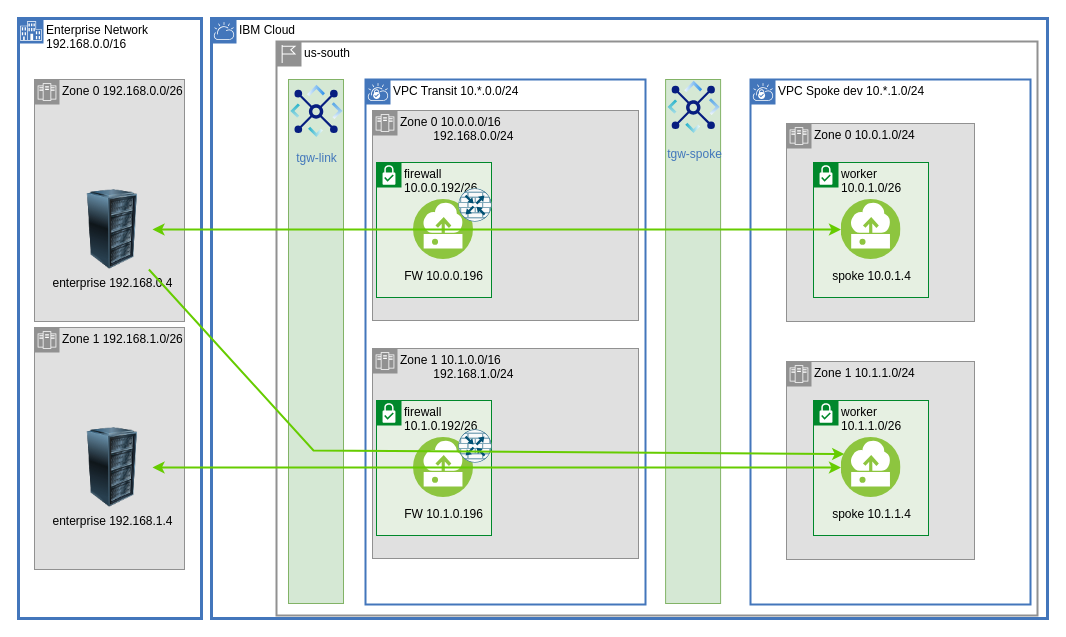
The draw.io diagram page "asymmetric" (5 of 12) of diagrams/vpc-transit.drawio in ibm-cloud-docs/solution-tutorials, before the edit. Source tidied: cells renumbered, new cells numbered last; positions are measured from the earlier drawing's top-left corner, leaving out a move shared by most shapes. Both pictures are drawn from the tidied source at 100%, with x=0, y=0 at pixel (18, 18).
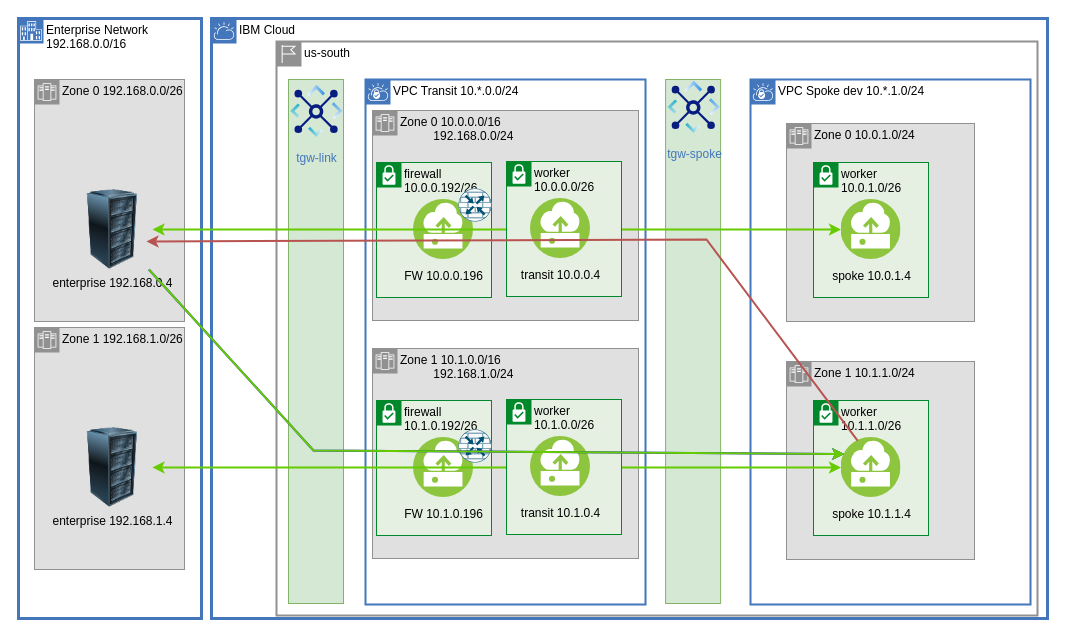
The same page after the edit.

The change refers to these unchanged cells:
```xml
<mxCell id="13" value="enterprise 192.168.0.4" style="image;html=1;image=img/lib/clip_art/computers/Server_Rack_128x128.png;noLabel=0;labelBackgroundColor=none;" parent="1" vertex="1">
  <mxGeometry x="54" y="171" width="80" height="80" as="geometry" />
</mxCell>
<mxCell id="19" value="spoke 10.1.1.4" style="perimeter=ellipsePerimeter;html=1;align=center;shadow=0;dashed=0;fontColor=black;fontSize=12;spacingTop=3;image;image=img/lib/ibm/vpc/Instance.svg;overflow=visible;noLabel=0;labelBackgroundColor=none;" parent="1" vertex="1">
  <mxGeometry x="822.5" y="419" width="60" height="60" as="geometry" />
</mxCell>
```

Change to the diagram source:
```diff
@@
+    <mxCell id="33" parent="0" />
+    <mxCell id="34" parent="0" />
+    <mxCell id="35" value="worker 10.0.0.0/26" style="shape=mxgraph.ibm.box;prType=subnet;fontStyle=0;verticalAlign=top;align=left;spacingLeft=32;spacingTop=4;fillColor=#E6F0E2;rounded=0;whiteSpace=wrap;html=1;strokeColor=#00882B;strokeWidth=1;dashed=0;spacing=-4;flipV=0;" parent="34" vertex="1">
+      <mxGeometry x="488" y="143" width="115" height="135" as="geometry" />
+    </mxCell>
+    <mxCell id="36" value="worker 10.1.0.0/26" style="shape=mxgraph.ibm.box;prType=subnet;fontStyle=0;verticalAlign=top;align=left;spacingLeft=32;spacingTop=4;fillColor=#E6F0E2;rounded=0;whiteSpace=wrap;html=1;strokeColor=#00882B;strokeWidth=1;dashed=0;spacing=-4;flipV=0;" parent="34" vertex="1">
+      <mxGeometry x="488" y="381" width="115" height="135" as="geometry" />
+    </mxCell>
+    <mxCell id="37" value="transit 10.1.0.4" style="perimeter=ellipsePerimeter;html=1;align=center;shadow=0;dashed=0;fontColor=black;fontSize=12;spacingTop=3;image;image=img/lib/ibm/vpc/Instance.svg;labelBackgroundColor=none;" parent="34" vertex="1">
+      <mxGeometry x="512" y="418" width="60" height="60" as="geometry" />
+    </mxCell>
+    <mxCell id="38" value="transit 10.0.0.4" style="perimeter=ellipsePerimeter;html=1;align=center;shadow=0;dashed=0;fontColor=black;fontSize=12;spacingTop=3;image;image=img/lib/ibm/vpc/Instance.svg;labelBackgroundColor=none;" parent="34" vertex="1">
+      <mxGeometry x="512" y="180" width="60" height="60" as="geometry" />
+    </mxCell>
+    <mxCell id="39" parent="0" />
+    <mxCell id="40" style="rounded=0;jettySize=auto;html=1;startArrow=none;startFill=1;endArrow=classic;endFill=1;strokeColor=#0000FF;strokeWidth=2;entryX=0;entryY=0.25;entryDx=0;entryDy=0;" parent="39" edge="1" source="13" target="19">
+      <mxGeometry relative="1" as="geometry">
+        <Array as="points">
+          <mxPoint x="295" y="432" />
+        </Array>
+      </mxGeometry>
+    </mxCell>
+    <mxCell id="41" style="shape=connector;rounded=0;jettySize=auto;html=1;labelBackgroundColor=default;strokeColor=#b85450;strokeWidth=2;fontFamily=Helvetica;fontSize=11;fontColor=default;startArrow=none;startFill=1;endArrow=classic;endFill=1;fillColor=#f8cecc;exitX=0.25;exitY=0;exitDx=0;exitDy=0;entryX=0.925;entryY=0.65;entryDx=0;entryDy=0;entryPerimeter=0;" parent="39" edge="1" source="19" target="13">
+      <mxGeometry relative="1" as="geometry">
+        <Array as="points">
+          <mxPoint x="688" y="221" />
+        </Array>
+      </mxGeometry>
+    </mxCell>
```
